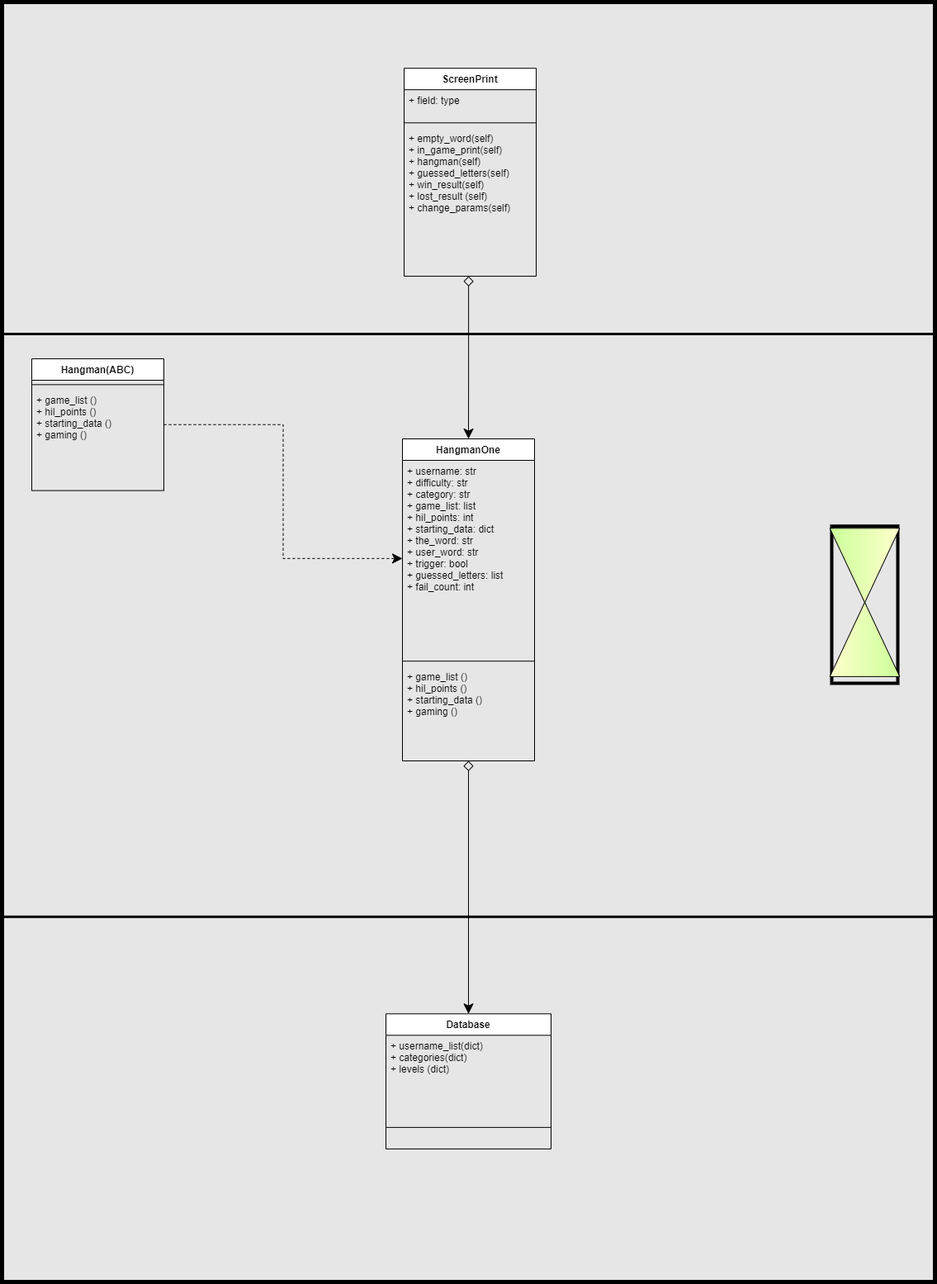
This is hangman/images/hangman_class_diagram.png from jordrag/Exercises, a draw.io export, as it was before one commit. Source tidied: cells renumbered, new cells last; positions are measured from the earlier drawing's top-left corner, leaving out a move shared by most shapes.
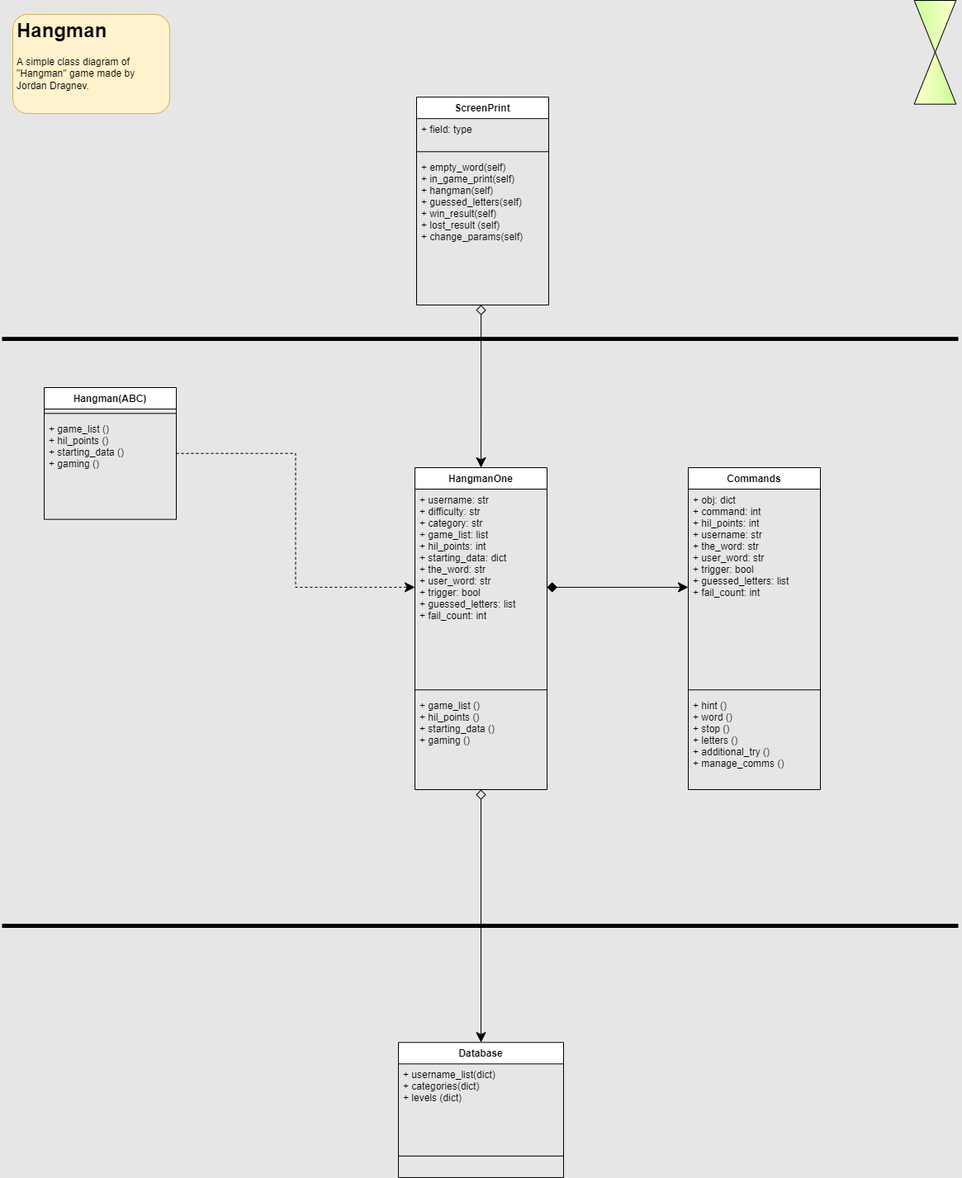
The same diagram one commit later.

Commit message:
Fully working with commands class.

Diff of the diagram source:
```diff
@@ -2,14 +2,8 @@
   <root>
     <mxCell id="0" />
     <mxCell id="1" parent="0" />
-    <mxCell id="2" style="group;fillColor=none;strokeColor=#000000;strokeWidth=5;" parent="1" vertex="1">
-      <mxGeometry width="1130" height="1550" as="geometry" />
-    </mxCell>
-    <mxCell id="3" style="rounded=0;whiteSpace=wrap;html=1;strokeWidth=3;fillColor=none;" parent="2" vertex="1">
-      <mxGeometry y="402" width="1130" height="705.8" as="geometry" />
-    </mxCell>
-    <mxCell id="4" value="ScreenPrint" style="swimlane;fontStyle=1;align=center;verticalAlign=top;horizontal=1;startSize=26;" parent="2" vertex="1">
-      <mxGeometry x="487" y="80.2" width="160" height="251.8" as="geometry" />
+    <mxCell id="4" value="ScreenPrint" style="swimlane;fontStyle=1;align=center;verticalAlign=top;horizontal=1;startSize=26;" parent="1" vertex="1">
+      <mxGeometry x="487" y="79.2" width="160" height="251.8" as="geometry" />
     </mxCell>
     <mxCell id="5" value="+ field: type" style="text;strokeColor=none;fillColor=none;align=left;verticalAlign=top;spacingLeft=4;spacingRight=4;overflow=hidden;" parent="4" vertex="1">
       <mxGeometry y="26" width="160" height="34.7" as="geometry" />
@@ -20,17 +14,17 @@
     <mxCell id="7" value="+ empty_word(self)&#10;+ in_game_print(self)&#10;+ hangman(self)&#10;+ guessed_letters(self)&#10;+ win_result(self)&#10;+ lost_result (self)&#10;+ change_params(self)" style="text;strokeColor=none;fillColor=none;align=left;verticalAlign=top;spacingLeft=4;spacingRight=4;overflow=hidden;points=[[0,0.5],[1,0.5]];portConstraint=eastwest;" parent="4" vertex="1">
       <mxGeometry y="71.4" width="160" height="180.4" as="geometry" />
     </mxCell>
-    <mxCell id="8" style="group;fillColor=none;gradientColor=#FFFF00;strokeColor=default;strokeWidth=4;" parent="2" vertex="1">
-      <mxGeometry x="1005" y="634.7" width="80" height="190.3" as="geometry" />
+    <mxCell id="8" style="group;fillColor=none;gradientColor=#FFFF00;strokeColor=none;strokeWidth=4;" parent="1" vertex="1">
+      <mxGeometry x="1087" y="-35" width="56" height="114" as="geometry" />
     </mxCell>
     <mxCell id="9" style="triangle;whiteSpace=wrap;html=1;rotation=90;gradientColor=#CCFF99;strokeColor=#000000;fillColor=#FFFFCC;" parent="8" vertex="1">
-      <mxGeometry x="-5" y="5.3" width="90" height="84.6" as="geometry" />
+      <mxGeometry x="-3.5" y="3.2" width="63" height="50.7" as="geometry" />
     </mxCell>
     <mxCell id="10" style="triangle;whiteSpace=wrap;html=1;rotation=90;direction=west;gradientColor=#CCFF99;strokeColor=#000000;fillColor=#FFFFCC;" parent="8" vertex="1">
-      <mxGeometry x="-5" y="94.9" width="90" height="84.6" as="geometry" />
+      <mxGeometry x="-3.5" y="65.8" width="63" height="50.7" as="geometry" />
     </mxCell>
-    <mxCell id="11" value="Database" style="swimlane;fontStyle=1;align=center;verticalAlign=top;horizontal=1;startSize=26;" parent="2" vertex="1">
-      <mxGeometry x="465" y="1225.3" width="200" height="163.6" as="geometry" />
+    <mxCell id="11" value="Database" style="swimlane;fontStyle=1;align=center;verticalAlign=top;horizontal=1;startSize=26;" parent="1" vertex="1">
+      <mxGeometry x="465" y="1224.3" width="200" height="163.6" as="geometry" />
     </mxCell>
     <mxCell id="12" value="+ username_list(dict)&#10;+ categories(dict)&#10;+ levels (dict)" style="text;strokeColor=none;fillColor=none;align=left;verticalAlign=top;spacingLeft=4;spacingRight=4;overflow=hidden;" parent="11" vertex="1">
       <mxGeometry y="26" width="200" height="85.5" as="geometry" />
@@ -38,8 +32,8 @@
     <mxCell id="13" style="line;strokeWidth=1;fillColor=none;align=left;verticalAlign=middle;spacingTop=-1;spacingLeft=3;spacingRight=3;labelPosition=right;strokeColor=inherit;labelBorderColor=none;" parent="11" vertex="1">
       <mxGeometry y="111.5" width="200" height="52.1" as="geometry" />
     </mxCell>
-    <mxCell id="14" value="HangmanOne" style="swimlane;fontStyle=1;align=center;verticalAlign=top;horizontal=1;startSize=26;" parent="2" vertex="1">
-      <mxGeometry x="485" y="529" width="160" height="390" as="geometry" />
+    <mxCell id="14" value="HangmanOne" style="swimlane;fontStyle=1;align=center;verticalAlign=top;horizontal=1;startSize=26;" parent="1" vertex="1">
+      <mxGeometry x="485" y="528" width="160" height="390" as="geometry" />
     </mxCell>
     <mxCell id="15" value="+ username: str&#10;+ difficulty: str&#10;+ category: str&#10;+ game_list: list&#10;+ hil_points: int&#10;+ starting_data: dict &#10;+ the_word: str&#10;+ user_word: str&#10;+ trigger: bool&#10;+ guessed_letters: list&#10;+ fail_count: int" style="text;strokeColor=none;fillColor=none;align=left;verticalAlign=top;spacingLeft=4;spacingRight=4;overflow=hidden;points=[[0,0.5],[1,0.5]];portConstraint=eastwest;" parent="14" vertex="1">
       <mxGeometry y="26" width="160" height="237.8" as="geometry" />
@@ -50,19 +44,11 @@
     <mxCell id="17" value="+ game_list ()&#10;+ hil_points ()&#10;+ starting_data ()&#10;+ gaming ()" style="text;strokeColor=none;fillColor=none;align=left;verticalAlign=top;spacingLeft=4;spacingRight=4;overflow=hidden;" parent="14" vertex="1">
       <mxGeometry y="274.5" width="160" height="115.5" as="geometry" />
     </mxCell>
-    <mxCell id="18" style="edgeStyle=orthogonalEdgeStyle;rounded=0;jettySize=auto;html=1;" parent="2" edge="1" source="20" target="3">
-      <mxGeometry relative="1" as="geometry">
-        <Array as="points">
-          <mxPoint x="229" y="723" />
-          <mxPoint x="229" y="723" />
-        </Array>
-      </mxGeometry>
-    </mxCell>
-    <mxCell id="19" style="edgeStyle=orthogonalEdgeStyle;rounded=0;jettySize=auto;html=1;startArrow=none;startFill=0;startSize=10;endSize=10;entryX=0;entryY=0.5;entryDx=0;entryDy=0;dashed=1;" parent="2" edge="1" source="20" target="15">
+    <mxCell id="19" style="edgeStyle=orthogonalEdgeStyle;rounded=0;jettySize=auto;html=1;startArrow=none;startFill=0;startSize=10;endSize=10;entryX=0;entryY=0.5;entryDx=0;entryDy=0;dashed=1;" parent="1" edge="1" source="20" target="15">
       <mxGeometry relative="1" as="geometry" />
     </mxCell>
-    <mxCell id="20" value="Hangman(ABC)" style="swimlane;fontStyle=1;align=center;verticalAlign=top;horizontal=1;startSize=26;" parent="2" vertex="1">
-      <mxGeometry x="36" y="432" width="160" height="159.6" as="geometry" />
+    <mxCell id="20" value="Hangman(ABC)" style="swimlane;fontStyle=1;align=center;verticalAlign=top;horizontal=1;startSize=26;" parent="1" vertex="1">
+      <mxGeometry x="36" y="431" width="160" height="159.6" as="geometry" />
     </mxCell>
     <mxCell id="21" style="line;strokeWidth=1;fillColor=none;align=left;verticalAlign=middle;spacingTop=-1;spacingLeft=3;spacingRight=3;labelPosition=right;strokeColor=inherit;" parent="20" vertex="1">
       <mxGeometry y="26" width="160" height="10.7" as="geometry" />
@@ -70,11 +56,41 @@
     <mxCell id="22" value="+ game_list ()&#10;+ hil_points ()&#10;+ starting_data ()&#10;+ gaming ()" style="text;strokeColor=none;fillColor=none;align=left;verticalAlign=top;spacingLeft=4;spacingRight=4;overflow=hidden;" parent="20" vertex="1">
       <mxGeometry y="36.7" width="160" height="122.9" as="geometry" />
     </mxCell>
-    <mxCell id="23" style="edgeStyle=orthogonalEdgeStyle;rounded=0;jettySize=auto;html=1;exitX=0.488;exitY=1;exitDx=0;exitDy=0;entryX=0.5;entryY=0;entryDx=0;entryDy=0;exitPerimeter=0;startArrow=diamond;startFill=0;endSize=10;startSize=10;" parent="2" edge="1" source="7" target="14">
+    <mxCell id="23" style="edgeStyle=orthogonalEdgeStyle;rounded=0;jettySize=auto;html=1;exitX=0.488;exitY=1;exitDx=0;exitDy=0;entryX=0.5;entryY=0;entryDx=0;entryDy=0;exitPerimeter=0;startArrow=diamond;startFill=0;endSize=10;startSize=10;" parent="1" edge="1" source="7" target="14">
       <mxGeometry relative="1" as="geometry" />
     </mxCell>
-    <mxCell id="24" style="edgeStyle=orthogonalEdgeStyle;rounded=0;jettySize=auto;html=1;startArrow=diamond;startFill=0;startSize=10;endSize=10;entryX=0.5;entryY=0;entryDx=0;entryDy=0;" parent="2" edge="1" source="14" target="11">
+    <mxCell id="24" style="edgeStyle=orthogonalEdgeStyle;rounded=0;jettySize=auto;html=1;startArrow=diamond;startFill=0;startSize=10;endSize=10;entryX=0.5;entryY=0;entryDx=0;entryDy=0;" parent="1" edge="1" source="14" target="11">
       <mxGeometry relative="1" as="geometry" />
     </mxCell>
+    <mxCell id="25" value="Commands" style="swimlane;fontStyle=1;align=center;verticalAlign=top;horizontal=1;startSize=26;" parent="1" vertex="1">
+      <mxGeometry x="816" y="528" width="160" height="390" as="geometry" />
+    </mxCell>
+    <mxCell id="26" value="+ obj: dict&#10;+ command: int&#10;+ hil_points: int&#10;+ username: str &#10;+ the_word: str&#10;+ user_word: str&#10;+ trigger: bool&#10;+ guessed_letters: list&#10;+ fail_count: int" style="text;strokeColor=none;fillColor=none;align=left;verticalAlign=top;spacingLeft=4;spacingRight=4;overflow=hidden;points=[[0,0.5],[1,0.5]];portConstraint=eastwest;" parent="25" vertex="1">
+      <mxGeometry y="26" width="160" height="237.8" as="geometry" />
+    </mxCell>
+    <mxCell id="27" style="line;strokeWidth=1;fillColor=none;align=left;verticalAlign=middle;spacingTop=-1;spacingLeft=3;spacingRight=3;labelPosition=right;strokeColor=inherit;" parent="25" vertex="1">
+      <mxGeometry y="263.8" width="160" height="10.7" as="geometry" />
+    </mxCell>
+    <mxCell id="28" value="+ hint ()&#10;+ word ()&#10;+ stop ()&#10;+ letters ()&#10;+ additional_try ()&#10;+ manage_comms ()" style="text;strokeColor=none;fillColor=none;align=left;verticalAlign=top;spacingLeft=4;spacingRight=4;overflow=hidden;" parent="25" vertex="1">
+      <mxGeometry y="274.5" width="160" height="115.5" as="geometry" />
+    </mxCell>
+    <mxCell id="29" style="edgeStyle=orthogonalEdgeStyle;rounded=0;jettySize=auto;html=1;exitX=1;exitY=0.5;exitDx=0;exitDy=0;startArrow=diamond;startFill=1;startSize=10;endSize=10;" parent="1" edge="1" source="15" target="26">
+      <mxGeometry relative="1" as="geometry" />
+    </mxCell>
+    <mxCell id="30" style="endArrow=none;html=1;rounded=0;startSize=10;endSize=10;strokeWidth=5;" parent="1" edge="1">
+      <mxGeometry relative="1" as="geometry">
+        <mxPoint x="-15" y="372" as="sourcePoint" />
+        <mxPoint x="1143" y="372" as="targetPoint" />
+      </mxGeometry>
+    </mxCell>
+    <mxCell id="31" style="endArrow=none;html=1;rounded=0;startSize=10;endSize=10;strokeWidth=5;" parent="1" edge="1">
+      <mxGeometry relative="1" as="geometry">
+        <mxPoint x="-15" y="1083" as="sourcePoint" />
+        <mxPoint x="1143" y="1083" as="targetPoint" />
+      </mxGeometry>
+    </mxCell>
+    <mxCell id="32" value="&lt;h1&gt;Hangman&lt;/h1&gt;&lt;p&gt;A simple class diagram of &quot;Hangman&quot; game made by Jordan Dragnev.&lt;/p&gt;" style="text;html=1;strokeColor=#d6b656;fillColor=#fff2cc;spacing=5;spacingTop=-20;whiteSpace=wrap;overflow=hidden;rounded=1;labelBorderColor=none;" parent="1" vertex="1">
+      <mxGeometry x="-2" y="-21" width="190" height="120" as="geometry" />
+    </mxCell>
   </root>
 </mxGraphModel>
```
